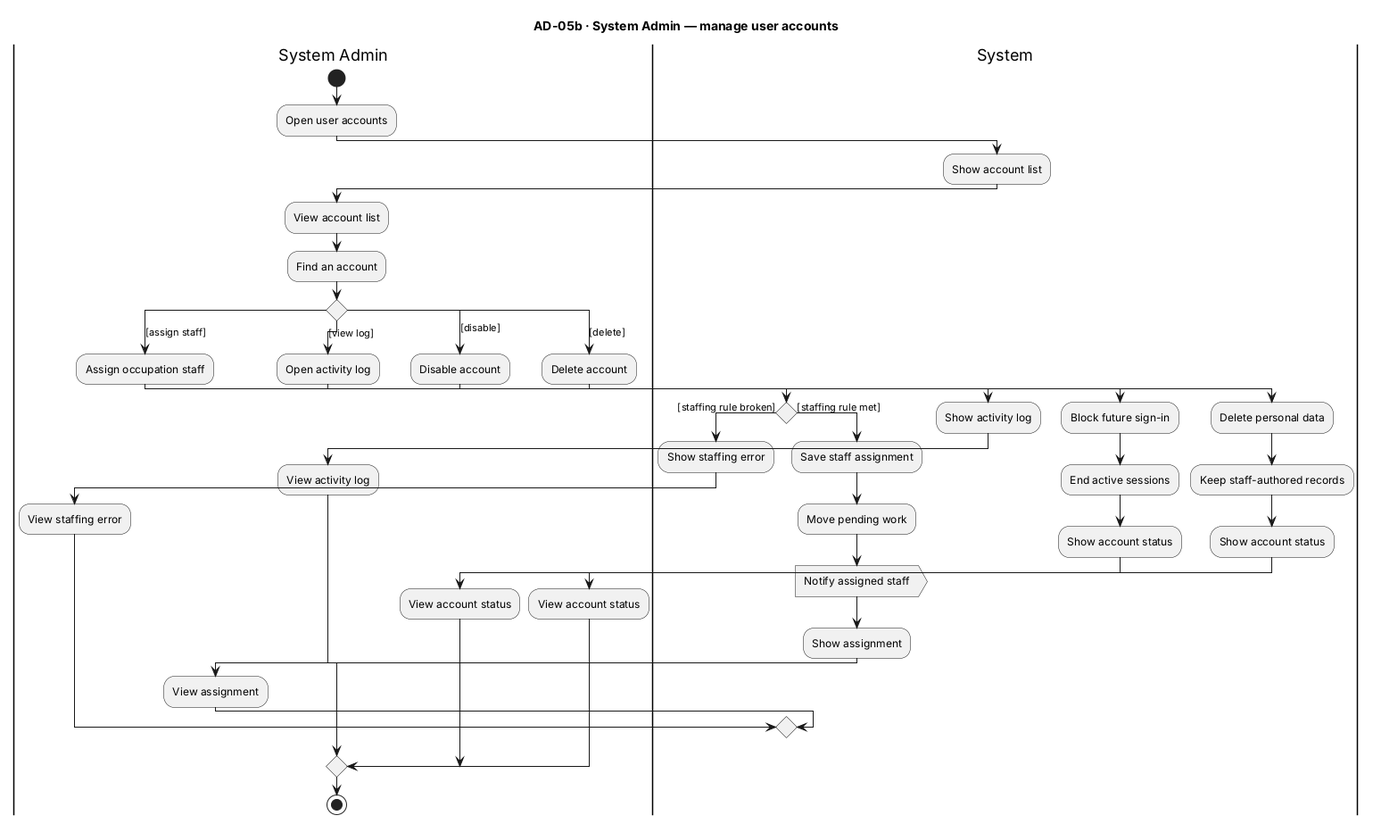
Above: reports/master/figures/AD-05b_SystemAdmin_ManageAccounts.png in The-Golden-Trio/Capstone-Project (PlantUML), before the change.
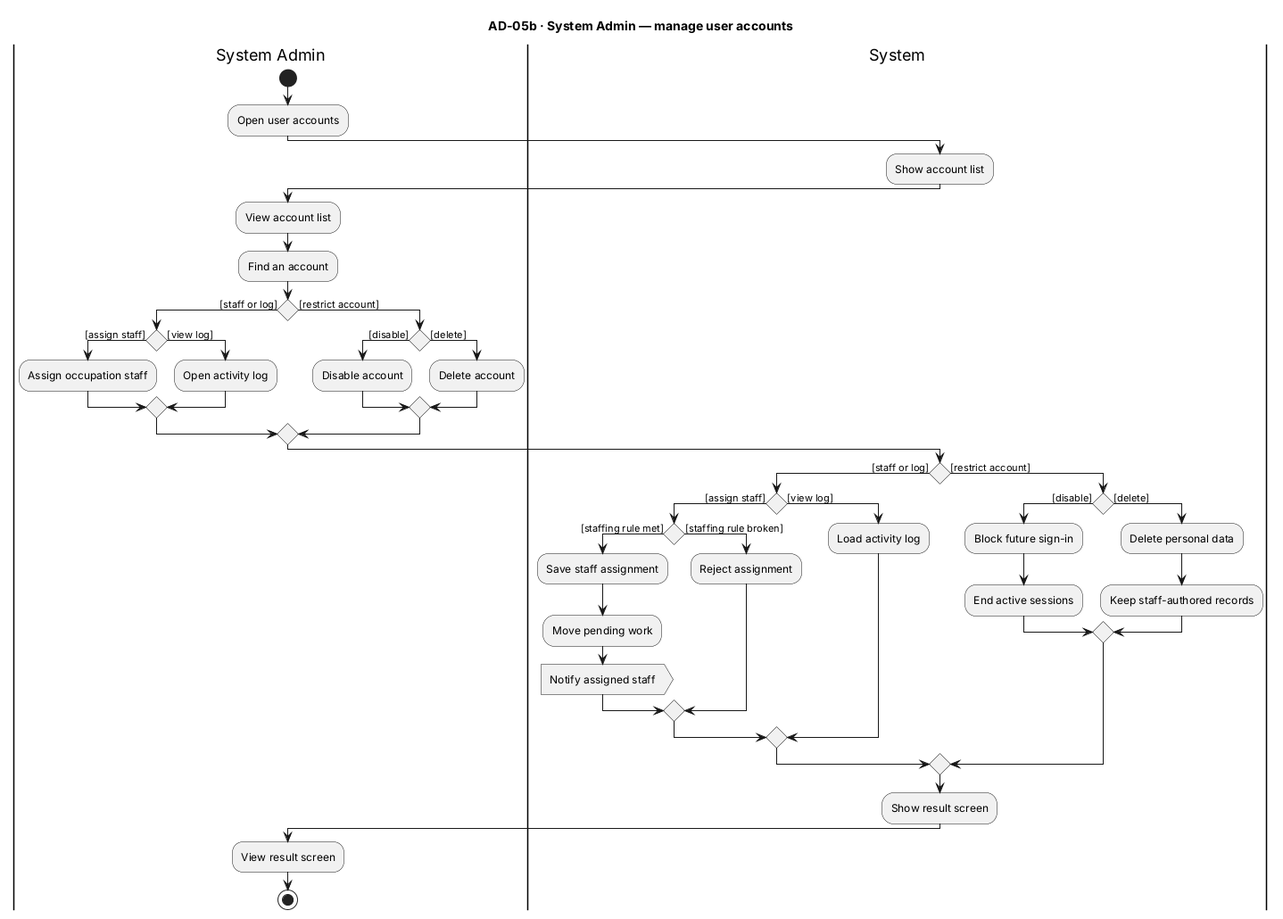
After the change.

Diff of the diagram source:
```diff
@@ -12,45 +12,43 @@
 |System Admin|
 :View account list;
 :Find an account;
-switch ()
-case ([assign staff])
-  :Assign occupation staff;
-  |System|
-  if () then ([staffing rule broken])
-    :Show staffing error;
-    |System Admin|
-    :View staffing error;
-  else ([staffing rule met])
-    |System|
-    :Save staff assignment;
-    :Move pending work;
-    :Notify assigned staff; <<sendSignal>>
-    :Show assignment;
-    |System Admin|
-    :View assignment;
+if () then ([staff or log])
+  if () then ([assign staff])
+    :Assign occupation staff;
+  else ([view log])
+    :Open activity log;
   endif
-case ([view log])
-  :Open activity log;
-  |System|
-  :Show activity log;
-  |System Admin|
-  :View activity log;
-case ([disable])
-  :Disable account;
-  |System|
-  :Block future sign-in;
-  :End active sessions;
-  :Show account status;
-  |System Admin|
-  :View account status;
-case ([delete])
-  :Delete account;
-  |System|
-  :Delete personal data;
-  :Keep staff-authored records;
-  :Show account status;
-  |System Admin|
-  :View account status;
-endswitch
+else ([restrict account])
+  if () then ([disable])
+    :Disable account;
+  else ([delete])
+    :Delete account;
+  endif
+endif
+|System|
+if () then ([staff or log])
+  if () then ([assign staff])
+    if () then ([staffing rule met])
+      :Save staff assignment;
+      :Move pending work;
+      :Notify assigned staff; <<sendSignal>>
+    else ([staffing rule broken])
+      :Reject assignment;
+    endif
+  else ([view log])
+    :Load activity log;
+  endif
+else ([restrict account])
+  if () then ([disable])
+    :Block future sign-in;
+    :End active sessions;
+  else ([delete])
+    :Delete personal data;
+    :Keep staff-authored records;
+  endif
+endif
+:Show result screen;
+|System Admin|
+:View result screen;
 stop
 @enduml
```
